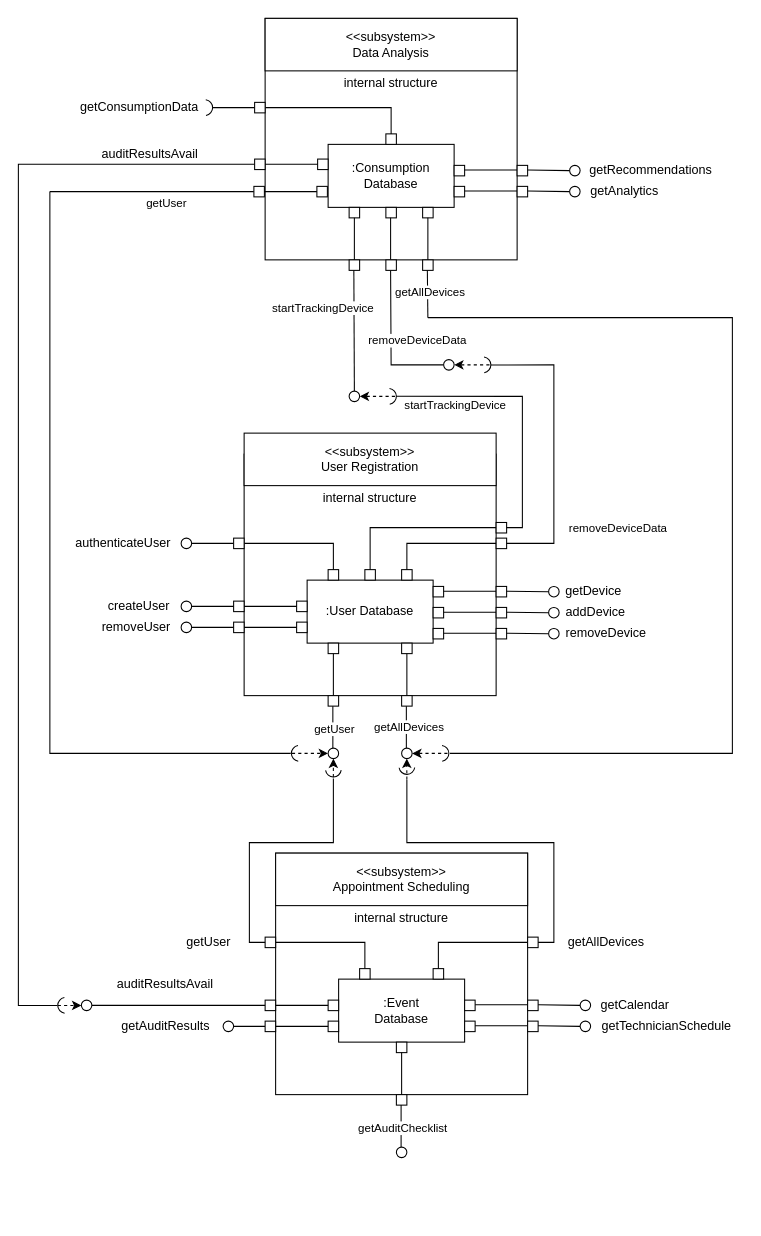
Above: milestone-2/C&C_Diagram.drawio in uvic-teach/project-m1-team15 (draw.io), before the change. Source tidied: cells renumbered, new cells numbered last; positions are measured from the earlier drawing's top-left corner, leaving out a move shared by most shapes. Both pictures are drawn from the tidied source at 105%, with x=0, y=0 at pixel (18, 18).
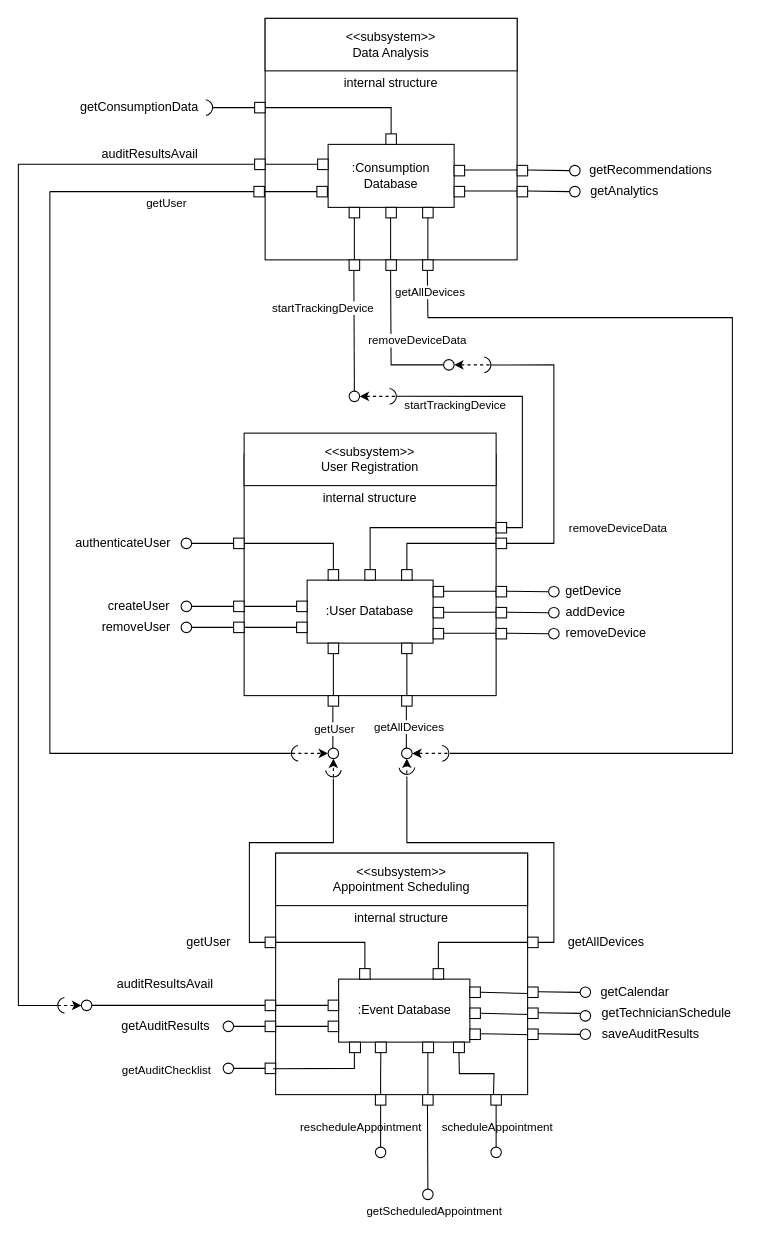
After the change.

The change refers to these unchanged cells:
```xml
<mxCell id="121" style="rounded=0;whiteSpace=wrap;html=1;" parent="1" vertex="1">
  <mxGeometry x="245" y="795" width="240" height="230" as="geometry" />
</mxCell>
```

What changed in the source:
```diff
@@
     <mxCell id="125" style="group;" parent="1" vertex="1">
-      <mxGeometry x="305" y="915" width="120" height="170" as="geometry" />
+      <mxGeometry x="305" y="915" width="125" height="170" as="geometry" />
     </mxCell>
     <mxCell id="126" style="rounded=0;whiteSpace=wrap;html=1;" parent="125" vertex="1">
-      <mxGeometry width="120" height="60" as="geometry" />
+      <mxGeometry width="125" height="60" as="geometry" />
     </mxCell>
     <mxCell id="127" value=":Event Database" style="text;html=1;strokeColor=none;fillColor=none;align=center;verticalAlign=middle;whiteSpace=wrap;rounded=0;" parent="125" vertex="1">
-      <mxGeometry x="15" y="15" width="90" height="30" as="geometry" />
+      <mxGeometry x="15.6" y="15" width="93.8" height="30" as="geometry" />
     </mxCell>
     <mxCell id="128" style="rounded=0;whiteSpace=wrap;html=1;" parent="125" vertex="1">
-      <mxGeometry x="55" y="60" width="10" height="10" as="geometry" />
+      <mxGeometry x="10.4" y="60" width="10.4" height="10" as="geometry" />
     </mxCell>
-    <mxCell id="129" style="rounded=0;whiteSpace=wrap;html=1;" parent="125" vertex="1">
-      <mxGeometry x="55" y="110" width="10" height="10" as="geometry" />
-    </mxCell>
-    <mxCell id="130" style="endArrow=none;html=1;rounded=0;entryX=0.5;entryY=1;entryDx=0;entryDy=0;exitX=0.5;exitY=0;exitDx=0;exitDy=0;" parent="125" edge="1" source="129" target="128">
-      <mxGeometry relative="1" as="geometry" />
-    </mxCell>
-    <mxCell id="131" style="endArrow=none;html=1;rounded=0;entryX=0.5;entryY=1;entryDx=0;entryDy=0;exitX=0.5;exitY=0;exitDx=0;exitDy=0;" parent="125" edge="1">
-      <mxGeometry relative="1" as="geometry">
-        <mxPoint x="59.5" y="160" as="sourcePoint" />
-        <mxPoint x="59.5" y="120" as="targetPoint" />
-      </mxGeometry>
-    </mxCell>
-    <mxCell id="132" value="getAuditChecklist" style="edgeLabel;html=1;align=center;verticalAlign=middle;" parent="131" vertex="1">
-      <mxGeometry x="-0.05" relative="1" as="geometry">
-        <mxPoint x="1" as="offset" />
-      </mxGeometry>
-    </mxCell>
-    <mxCell id="133" style="ellipse;whiteSpace=wrap;html=1;" parent="125" vertex="1">
-      <mxGeometry x="55" y="160" width="10" height="10" as="geometry" />
-    </mxCell>
+    <mxCell id="194" style="rounded=0;whiteSpace=wrap;html=1;" parent="125" vertex="1">
+      <mxGeometry x="109.4" y="60" width="10.4" height="10" as="geometry" />
+    </mxCell>
+    <mxCell id="195" value="rescheduleAppointment" style="edgeLabel;html=1;align=center;verticalAlign=middle;" parent="125" vertex="1">
+      <mxGeometry x="20.8" y="140" as="geometry" />
+    </mxCell>
+    <mxCell id="196" style="rounded=0;whiteSpace=wrap;html=1;" parent="125" vertex="1">
+      <mxGeometry x="35" y="110" width="10" height="10" as="geometry" />
+    </mxCell>
+    <mxCell id="197" style="endArrow=none;html=1;rounded=0;entryX=0.5;entryY=1;entryDx=0;entryDy=0;exitX=0.5;exitY=0;exitDx=0;exitDy=0;" parent="125" edge="1">
+      <mxGeometry relative="1" as="geometry">
+        <mxPoint x="40" y="160" as="sourcePoint" />
+        <mxPoint x="40" y="120" as="targetPoint" />
+      </mxGeometry>
+    </mxCell>
+    <mxCell id="198" style="ellipse;whiteSpace=wrap;html=1;" parent="125" vertex="1">
+      <mxGeometry x="35" y="160" width="10" height="10" as="geometry" />
+    </mxCell>
+    <mxCell id="199" style="rounded=0;whiteSpace=wrap;html=1;" parent="125" vertex="1">
+      <mxGeometry x="35" y="60" width="10.4" height="10" as="geometry" />
+    </mxCell>
+    <mxCell id="200" style="endArrow=none;html=1;rounded=0;entryX=0.5;entryY=1;entryDx=0;entryDy=0;exitX=0.5;exitY=0;exitDx=0;exitDy=0;" parent="125" edge="1" source="196" target="199">
+      <mxGeometry relative="1" as="geometry">
+        <Array as="points">
+          <mxPoint x="40" y="90" />
+        </Array>
+      </mxGeometry>
+    </mxCell>
+    <mxCell id="201" style="endArrow=none;html=1;rounded=0;entryX=0.5;entryY=1;entryDx=0;entryDy=0;exitX=0.5;exitY=0;exitDx=0;exitDy=0;" parent="125" edge="1">
+      <mxGeometry relative="1" as="geometry">
+        <mxPoint x="85" y="110" as="sourcePoint" />
+        <mxPoint x="85" y="70" as="targetPoint" />
+      </mxGeometry>
+    </mxCell>
+    <mxCell id="202" style="rounded=0;whiteSpace=wrap;html=1;" parent="125" vertex="1">
+      <mxGeometry x="80" y="110" width="10" height="10" as="geometry" />
+    </mxCell>
+    <mxCell id="203" style="endArrow=none;html=1;rounded=0;entryX=0.5;entryY=1;entryDx=0;entryDy=0;" parent="125" edge="1">
+      <mxGeometry relative="1" as="geometry">
+        <mxPoint x="85" y="200" as="sourcePoint" />
+        <mxPoint x="84.6" y="120" as="targetPoint" />
+      </mxGeometry>
+    </mxCell>
@@
-    <mxCell id="140" style="rounded=0;whiteSpace=wrap;html=1;" parent="1" vertex="1">
-      <mxGeometry x="425" y="935" width="10" height="10" as="geometry" />
-    </mxCell>
-    <mxCell id="141" style="rounded=0;whiteSpace=wrap;html=1;" parent="1" vertex="1">
-      <mxGeometry x="425" y="955" width="10" height="10" as="geometry" />
-    </mxCell>
-    <mxCell id="142" style="endArrow=none;html=1;rounded=0;exitX=1;exitY=0.5;exitDx=0;exitDy=0;entryX=0;entryY=0.5;entryDx=0;entryDy=0;" parent="1" edge="1">
-      <mxGeometry relative="1" as="geometry">
-        <mxPoint x="435" y="959.5" as="sourcePoint" />
-        <mxPoint x="485" y="959.5" as="targetPoint" />
-      </mxGeometry>
+    <mxCell id="142" style="endArrow=none;html=1;rounded=0;exitX=1;exitY=0.5;exitDx=0;exitDy=0;entryX=1.014;entryY=0.668;entryDx=0;entryDy=0;entryPerimeter=0;" parent="1" edge="1" source="141" target="121">
+      <mxGeometry relative="1" as="geometry" />
     </mxCell>
-    <mxCell id="143" style="endArrow=none;html=1;rounded=0;exitX=1;exitY=0.5;exitDx=0;exitDy=0;entryX=0;entryY=0.5;entryDx=0;entryDy=0;" parent="1" edge="1">
-      <mxGeometry relative="1" as="geometry">
-        <mxPoint x="435" y="939.5" as="sourcePoint" />
-        <mxPoint x="485" y="939.5" as="targetPoint" />
-      </mxGeometry>
+    <mxCell id="143" style="endArrow=none;html=1;rounded=0;exitX=1;exitY=0.5;exitDx=0;exitDy=0;entryX=1;entryY=0.581;entryDx=0;entryDy=0;entryPerimeter=0;" parent="1" edge="1" source="140" target="121">
+      <mxGeometry relative="1" as="geometry" />
     </mxCell>
@@
     <mxCell id="148" value="getCalendar" style="text;html=1;strokeColor=none;fillColor=none;align=center;verticalAlign=middle;whiteSpace=wrap;rounded=0;" parent="1" vertex="1">
-      <mxGeometry x="545" y="925" width="85" height="30" as="geometry" />
+      <mxGeometry x="545" y="912.5" width="85" height="30" as="geometry" />
     </mxCell>
@@
     <mxCell id="151" value="getTechnicianSchedule" style="text;html=1;strokeColor=none;fillColor=none;align=center;verticalAlign=middle;whiteSpace=wrap;rounded=0;" parent="1" vertex="1">
-      <mxGeometry x="545" y="945" width="145" height="30" as="geometry" />
+      <mxGeometry x="545" y="932.5" width="145" height="30" as="geometry" />
     </mxCell>
@@
     <mxCell id="157" style="rounded=0;whiteSpace=wrap;html=1;" parent="1" vertex="1">
-      <mxGeometry x="485" y="935" width="10" height="10" as="geometry" />
+      <mxGeometry x="485" y="922.5" width="10" height="10" as="geometry" />
     </mxCell>
     <mxCell id="158" style="rounded=0;whiteSpace=wrap;html=1;" parent="1" vertex="1">
-      <mxGeometry x="485" y="955" width="10" height="10" as="geometry" />
+      <mxGeometry x="485" y="942.5" width="10" height="10" as="geometry" />
     </mxCell>
@@
-    <mxCell id="161" style="endArrow=none;html=1;rounded=0;exitX=1;exitY=0.5;exitDx=0;exitDy=0;" parent="1" edge="1" source="163">
-      <mxGeometry relative="1" as="geometry">
-        <mxPoint x="535" y="940" as="targetPoint" />
-      </mxGeometry>
-    </mxCell>
-    <mxCell id="162" style="endArrow=none;html=1;rounded=0;exitX=1;exitY=0.5;exitDx=0;exitDy=0;" parent="1" edge="1" target="163">
+    <mxCell id="162" style="endArrow=none;html=1;rounded=0;exitX=1;exitY=0.5;exitDx=0;exitDy=0;" parent="1" edge="1">
       <mxGeometry relative="1" as="geometry">
-        <mxPoint x="495" y="939.5" as="sourcePoint" />
+        <mxPoint x="495" y="927.1" as="sourcePoint" />
+        <mxPoint x="535" y="927.6" as="targetPoint" />
       </mxGeometry>
     </mxCell>
     <mxCell id="163" style="ellipse;whiteSpace=wrap;html=1;" parent="1" vertex="1">
-      <mxGeometry x="535" y="935" width="10" height="10" as="geometry" />
+      <mxGeometry x="535" y="922.5" width="10" height="10" as="geometry" />
     </mxCell>
@@
-    <mxCell id="165" style="endArrow=none;html=1;rounded=0;exitX=1;exitY=0.5;exitDx=0;exitDy=0;" parent="1" edge="1" target="166">
+    <mxCell id="165" style="endArrow=none;html=1;rounded=0;exitX=1;exitY=0.5;exitDx=0;exitDy=0;" parent="1" edge="1">
       <mxGeometry relative="1" as="geometry">
-        <mxPoint x="495" y="959.5" as="sourcePoint" />
+        <mxPoint x="495" y="947.1" as="sourcePoint" />
+        <mxPoint x="535" y="947.6" as="targetPoint" />
       </mxGeometry>
     </mxCell>
     <mxCell id="166" style="ellipse;whiteSpace=wrap;html=1;" parent="1" vertex="1">
-      <mxGeometry x="535" y="955" width="10" height="10" as="geometry" />
+      <mxGeometry x="535" y="945" width="10" height="10" as="geometry" />
     </mxCell>
@@
+    <mxCell id="204" value="scheduleAppointment" style="edgeLabel;html=1;align=center;verticalAlign=middle;" parent="1" vertex="1">
+      <mxGeometry x="455" y="1055" as="geometry" />
+    </mxCell>
+    <mxCell id="131" style="endArrow=none;html=1;rounded=0;exitX=1;exitY=0.5;exitDx=0;exitDy=0;entryX=0;entryY=0.5;entryDx=0;entryDy=0;" parent="1" edge="1" source="133" target="129">
+      <mxGeometry relative="1" as="geometry" />
+    </mxCell>
+    <mxCell id="132" value="getAuditChecklist" style="edgeLabel;html=1;align=center;verticalAlign=middle;" parent="131" vertex="1">
+      <mxGeometry x="-0.05" relative="1" as="geometry">
+        <mxPoint x="-79" y="1" as="offset" />
+      </mxGeometry>
+    </mxCell>
+    <mxCell id="133" style="ellipse;whiteSpace=wrap;html=1;" parent="1" vertex="1">
+      <mxGeometry x="195" y="995" width="10" height="10" as="geometry" />
+    </mxCell>
+    <mxCell id="129" style="rounded=0;whiteSpace=wrap;html=1;" parent="1" vertex="1">
+      <mxGeometry x="235" y="995" width="10" height="10" as="geometry" />
+    </mxCell>
+    <mxCell id="205" style="endArrow=none;html=1;rounded=0;exitX=-0.01;exitY=0.893;exitDx=0;exitDy=0;exitPerimeter=0;" parent="1" edge="1" source="121">
+      <mxGeometry relative="1" as="geometry">
+        <mxPoint x="320" y="985" as="targetPoint" />
+        <Array as="points">
+          <mxPoint x="320" y="1000" />
+        </Array>
+      </mxGeometry>
+    </mxCell>
+    <mxCell id="206" style="rounded=0;whiteSpace=wrap;html=1;" parent="1" vertex="1">
+      <mxGeometry x="450" y="1025" width="10" height="10" as="geometry" />
+    </mxCell>
+    <mxCell id="207" style="endArrow=none;html=1;rounded=0;entryX=0.5;entryY=1;entryDx=0;entryDy=0;exitX=0.5;exitY=0;exitDx=0;exitDy=0;" parent="1" edge="1">
+      <mxGeometry relative="1" as="geometry">
+        <mxPoint x="455" y="1075" as="sourcePoint" />
+        <mxPoint x="455" y="1035" as="targetPoint" />
+      </mxGeometry>
+    </mxCell>
+    <mxCell id="208" style="ellipse;whiteSpace=wrap;html=1;" parent="1" vertex="1">
+      <mxGeometry x="450" y="1075" width="10" height="10" as="geometry" />
+    </mxCell>
+    <mxCell id="209" style="endArrow=none;html=1;rounded=0;exitX=0.25;exitY=0;exitDx=0;exitDy=0;entryX=0.5;entryY=1;entryDx=0;entryDy=0;" parent="1" edge="1" source="206" target="194">
+      <mxGeometry relative="1" as="geometry">
+        <Array as="points">
+          <mxPoint x="453" y="1005" />
+          <mxPoint x="420" y="1005" />
+        </Array>
+      </mxGeometry>
+    </mxCell>
+    <mxCell id="141" style="rounded=0;whiteSpace=wrap;html=1;" parent="1" vertex="1">
+      <mxGeometry x="430" y="942.5" width="10" height="10" as="geometry" />
+    </mxCell>
+    <mxCell id="140" style="rounded=0;whiteSpace=wrap;html=1;" parent="1" vertex="1">
+      <mxGeometry x="430" y="922.5" width="10" height="10" as="geometry" />
+    </mxCell>
+    <mxCell id="210" style="rounded=0;whiteSpace=wrap;html=1;" parent="1" vertex="1">
+      <mxGeometry x="385" y="975" width="10.4" height="10" as="geometry" />
+    </mxCell>
+    <mxCell id="211" style="ellipse;whiteSpace=wrap;html=1;" parent="1" vertex="1">
+      <mxGeometry x="385" y="1115" width="10" height="10" as="geometry" />
+    </mxCell>
+    <mxCell id="212" value="getScheduledAppointment" style="edgeLabel;html=1;align=center;verticalAlign=middle;" parent="1" vertex="1">
+      <mxGeometry x="395.4" y="1135" as="geometry" />
+    </mxCell>
+    <mxCell id="213" style="rounded=0;whiteSpace=wrap;html=1;" parent="1" vertex="1">
+      <mxGeometry x="430" y="962.5" width="10" height="10" as="geometry" />
+    </mxCell>
+    <mxCell id="214" style="endArrow=none;html=1;rounded=0;exitX=1;exitY=0.5;exitDx=0;exitDy=0;entryX=1.014;entryY=0.668;entryDx=0;entryDy=0;entryPerimeter=0;" parent="1" edge="1">
+      <mxGeometry relative="1" as="geometry">
+        <mxPoint x="440" y="967" as="sourcePoint" />
+        <mxPoint x="488" y="968" as="targetPoint" />
+      </mxGeometry>
+    </mxCell>
+    <mxCell id="215" style="rounded=0;whiteSpace=wrap;html=1;" parent="1" vertex="1">
+      <mxGeometry x="485" y="962.5" width="10" height="10" as="geometry" />
+    </mxCell>
+    <mxCell id="216" style="endArrow=none;html=1;rounded=0;exitX=1;exitY=0.5;exitDx=0;exitDy=0;" parent="1" edge="1">
+      <mxGeometry relative="1" as="geometry">
+        <mxPoint x="495" y="967.1" as="sourcePoint" />
+        <mxPoint x="535" y="967.6" as="targetPoint" />
+      </mxGeometry>
+    </mxCell>
+    <mxCell id="217" style="ellipse;whiteSpace=wrap;html=1;" parent="1" vertex="1">
+      <mxGeometry x="535" y="962.5" width="10" height="10" as="geometry" />
+    </mxCell>
+    <mxCell id="218" value="saveAuditResults" style="text;html=1;strokeColor=none;fillColor=none;align=center;verticalAlign=middle;whiteSpace=wrap;rounded=0;" parent="1" vertex="1">
+      <mxGeometry x="530" y="952.5" width="145" height="30" as="geometry" />
+    </mxCell>
```
